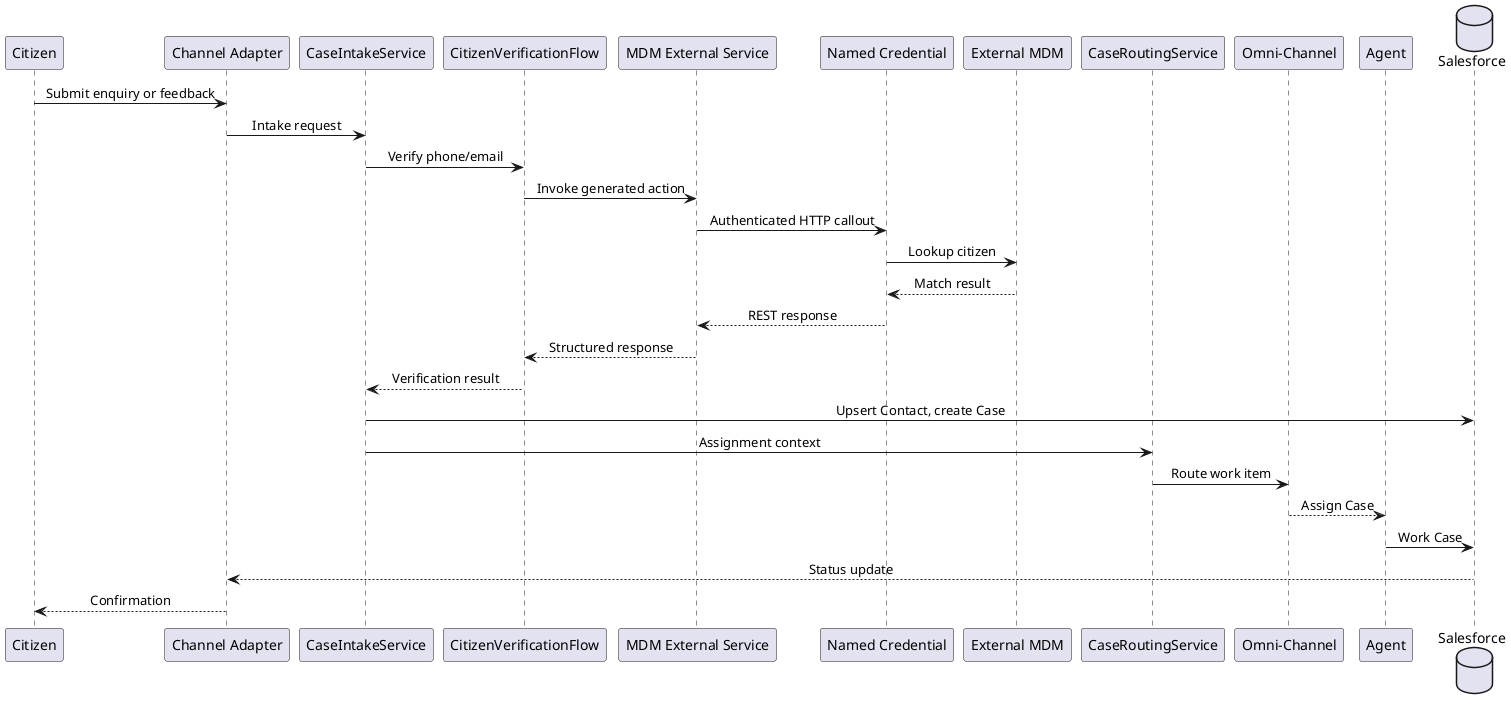
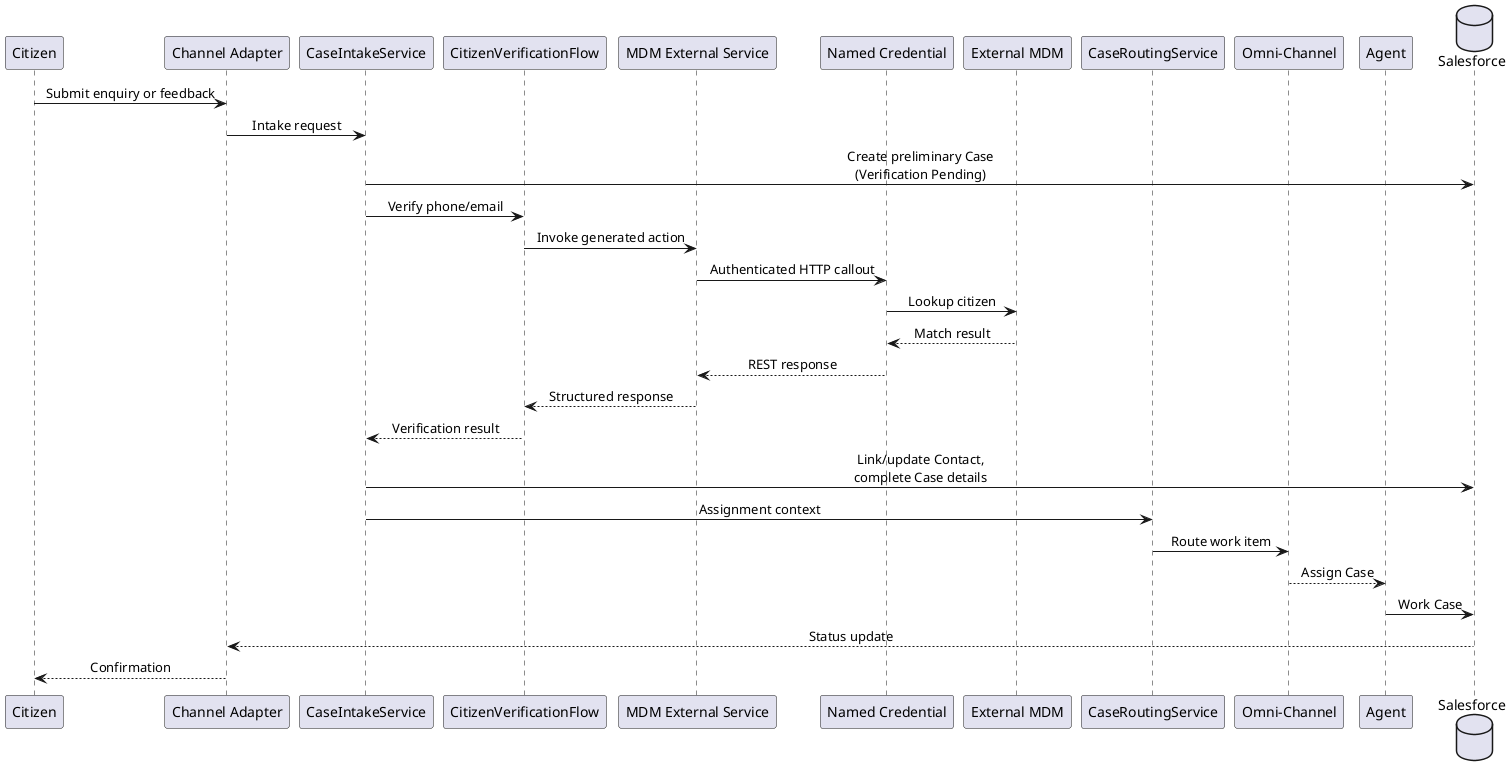
@startuml
skinparam sequenceMessageAlign center

participant Citizen
participant "Channel Adapter" as Channel
participant CaseIntakeService
participant CitizenVerificationFlow
participant "MDM External Service" as ExternalService
participant "Named Credential" as NamedCredential
participant "External MDM" as MDM
participant CaseRoutingService
participant "Omni-Channel" as Omni
participant Agent
database Salesforce

Citizen -> Channel : Submit enquiry or feedback
Channel -> CaseIntakeService : Intake request
+ CaseIntakeService -> Salesforce : Create preliminary Case\n(Verification Pending)
CaseIntakeService -> CitizenVerificationFlow : Verify phone/email
CitizenVerificationFlow -> ExternalService : Invoke generated action
ExternalService -> NamedCredential : Authenticated HTTP callout
NamedCredential -> MDM : Lookup citizen
MDM --> NamedCredential : Match result
NamedCredential --> ExternalService : REST response
ExternalService --> CitizenVerificationFlow : Structured response
CitizenVerificationFlow --> CaseIntakeService : Verification result
- CaseIntakeService -> Salesforce : Upsert Contact, create Case
+ CaseIntakeService -> Salesforce : Link/update Contact,\ncomplete Case details
CaseIntakeService -> CaseRoutingService : Assignment context
CaseRoutingService -> Omni : Route work item
Omni --> Agent : Assign Case
Agent -> Salesforce : Work Case
Salesforce --> Channel : Status update
Channel --> Citizen : Confirmation

@enduml
